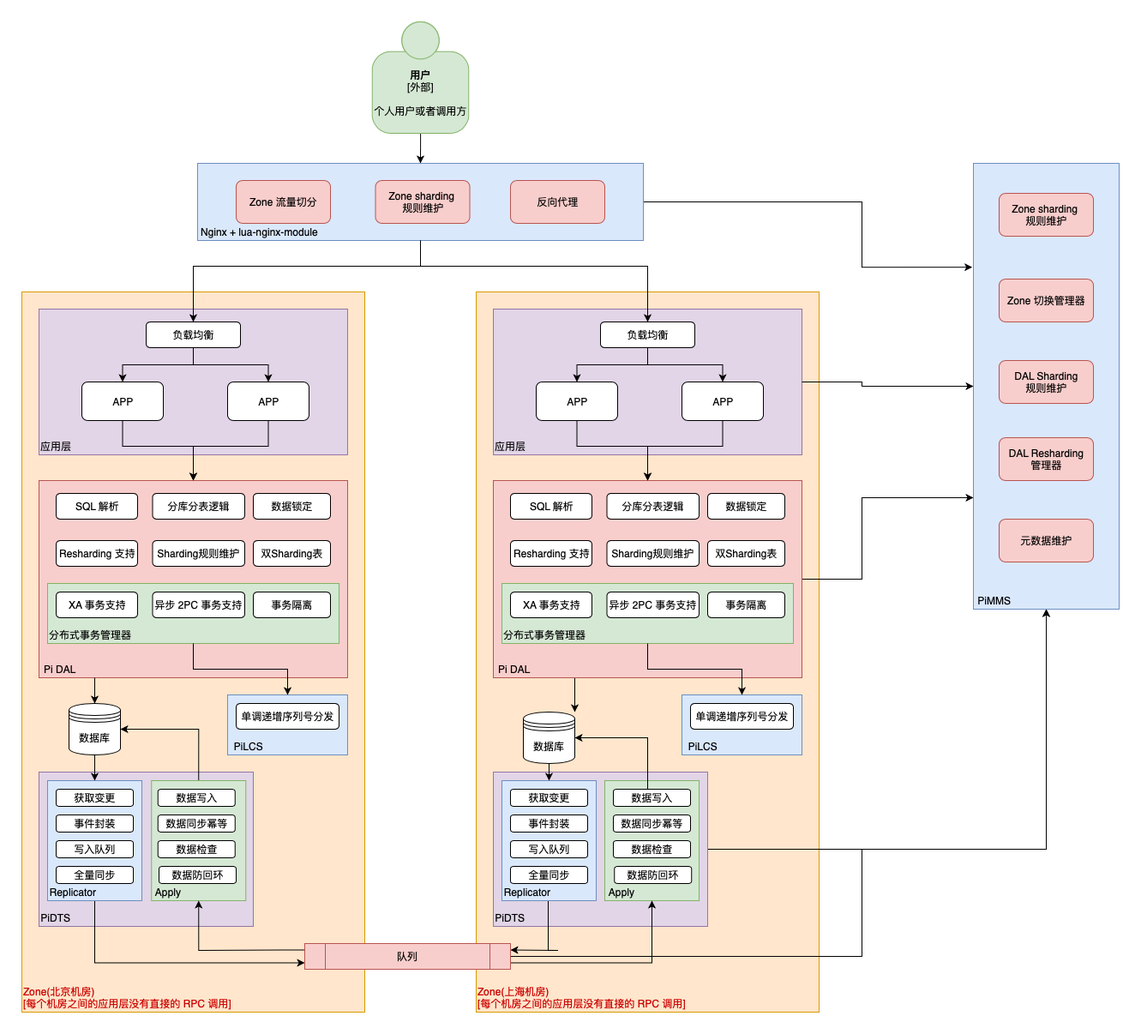
Above: static/pi-plan-system-landscapediagram.png in pi-plan/plan (draw.io), before the change. Source tidied: cells renumbered, new cells last; positions are measured from the earlier drawing's top-left corner, leaving out a move shared by most shapes.
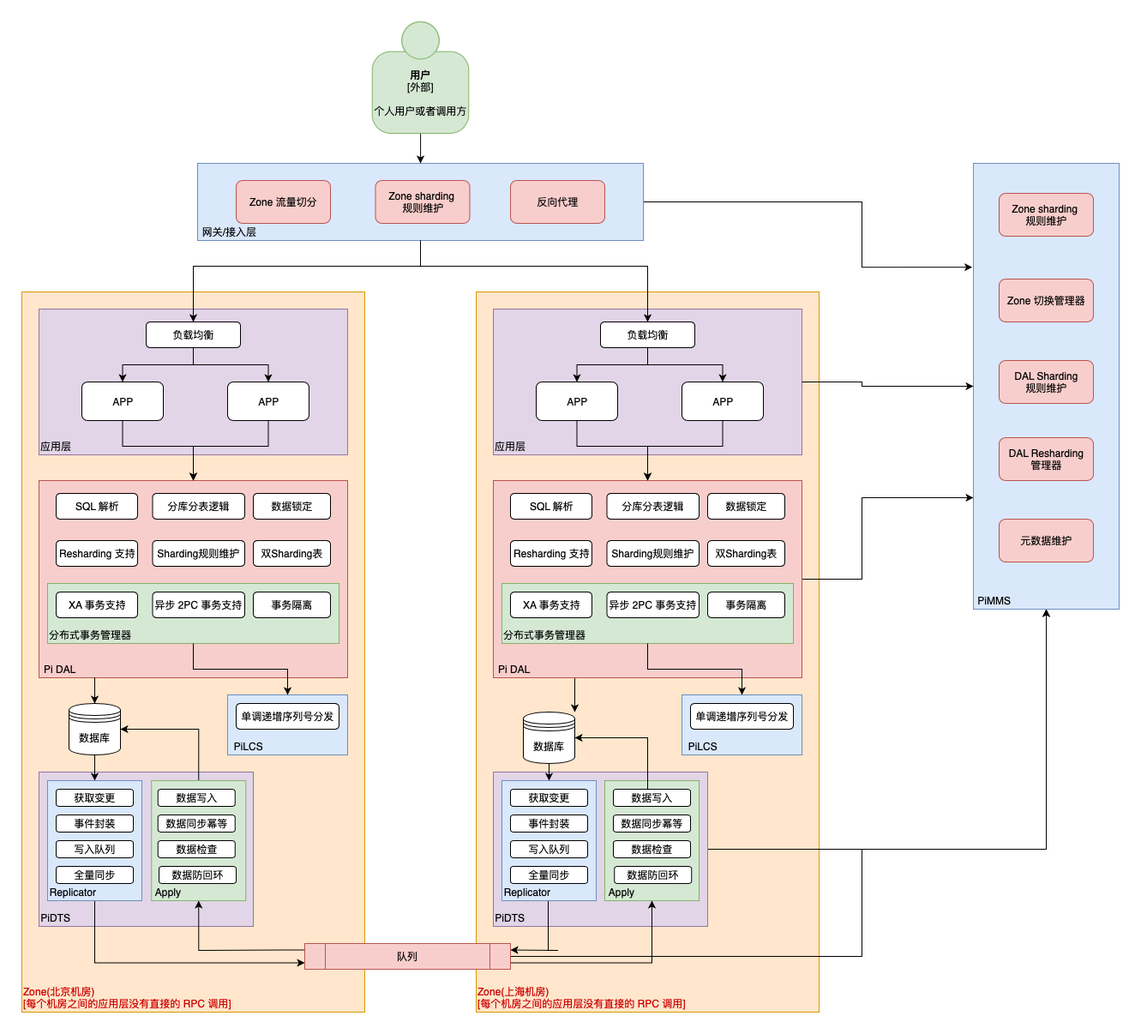
Later version of the same file.

Change to the diagram source:
```diff
@@ -24,8 +24,8 @@
     <mxCell id="6" value="反向代理" style="html=1;rounded=1;fillColor=#f8cecc;strokeColor=#b85450;" parent="1" vertex="1">
       <mxGeometry x="570" y="185" width="110" height="50" as="geometry" />
     </mxCell>
-    <mxCell id="7" value="Nginx +&amp;nbsp;lua-nginx-module" style="text;html=1;strokeColor=none;fillColor=none;align=center;verticalAlign=middle;whiteSpace=wrap;rounded=0;labelBackgroundColor=none;" parent="1" vertex="1">
-      <mxGeometry x="205" y="235" width="145" height="20" as="geometry" />
+    <mxCell id="7" value="网关/接入层" style="text;html=1;strokeColor=none;fillColor=none;align=center;verticalAlign=middle;whiteSpace=wrap;rounded=0;labelBackgroundColor=none;" parent="1" vertex="1">
+      <mxGeometry x="205" y="235" width="75" height="20" as="geometry" />
     </mxCell>
     <object id="8" label="&lt;div style=&quot;text-align: left&quot;&gt;%c4Name%&lt;/div&gt;&lt;div style=&quot;text-align: left&quot;&gt;[%c4Application%]&lt;/div&gt;" c4Application="每个机房之间的应用层没有直接的 RPC 调用" c4Name="Zone(上海机房)" c4Type="ExecutionEnvironment" placeholders="1">
       <mxCell style="rounded=0;whiteSpace=wrap;html=1;labelBackgroundColor=none;fillColor=#ffe6cc;align=left;arcSize=5;strokeColor=#d79b00;verticalAlign=bottom;metaData={&quot;c4Type&quot;:{&quot;editable&quot;:false}};fontColor=#CC0000;" parent="1" vertex="1">
```
